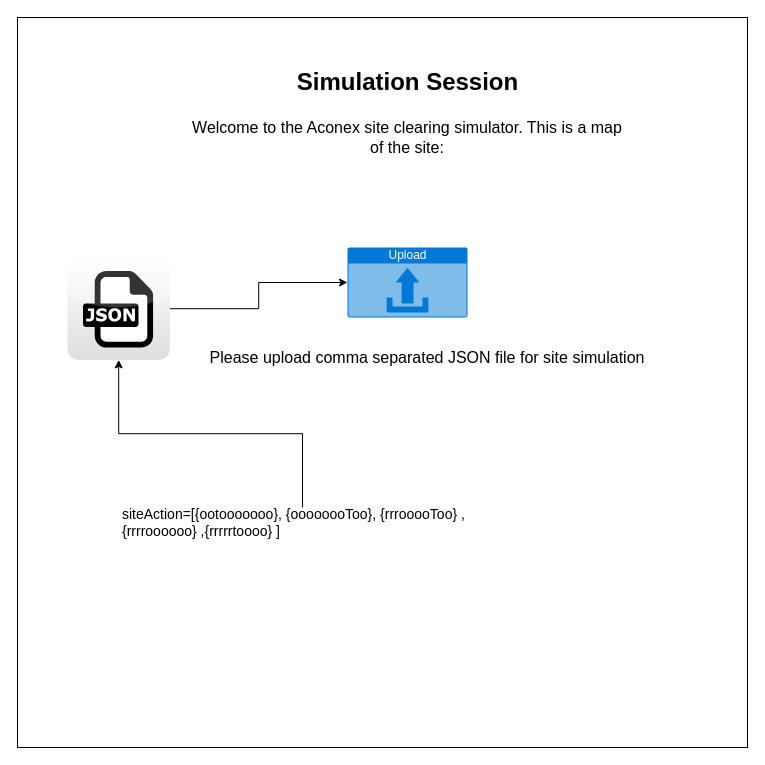
amitjs2021/site-simulation keeps this draw.io diagram as page "Main Landing" (1 of 2) of Task-1.drawio. Above is the earlier version. Source tidied: cells renumbered, new cells numbered last; positions are measured from the earlier drawing's top-left corner, leaving out a move shared by most shapes. Both pictures are drawn from the tidied source at 100%, with x=0, y=0 at pixel (17, 17). Pictures stored in the file or linked from it are replaced by grey dashed boxes.
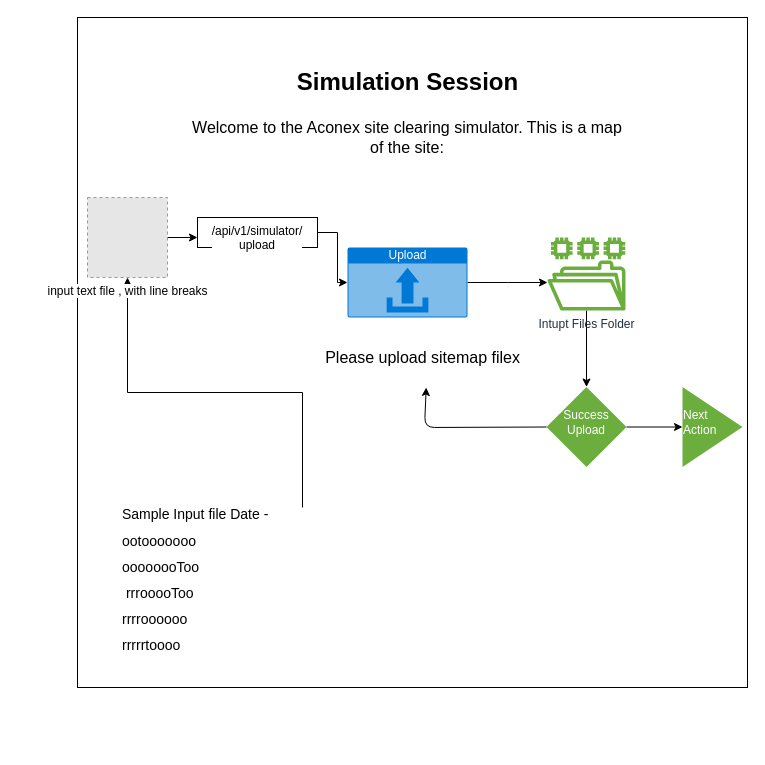
Above is the later version.

The change refers to these unchanged cells:
```xml
<mxCell id="5" value="Upload" style="html=1;strokeColor=none;fillColor=#0079D6;labelPosition=center;verticalLabelPosition=middle;verticalAlign=top;align=center;fontSize=12;outlineConnect=0;spacingTop=-6;fontColor=#FFFFFF;shape=mxgraph.sitemap.upload;" parent="1" vertex="1">
  <mxGeometry x="330" y="230" width="120" height="70" as="geometry" />
</mxCell>
```

Diff of the diagram source:
```diff
@@
     <mxCell id="2" style="whiteSpace=wrap;html=1;" parent="1" vertex="1">
-      <mxGeometry width="730" height="730" as="geometry" />
+      <mxGeometry x="60" width="670" height="670" as="geometry" />
     </mxCell>
@@
+    <mxCell id="11" style="edgeStyle=orthogonalEdgeStyle;rounded=0;jettySize=auto;html=1;" parent="1" edge="1" source="5">
+      <mxGeometry relative="1" as="geometry">
+        <mxPoint x="530" y="265" as="targetPoint" />
+      </mxGeometry>
+    </mxCell>
@@
-    <mxCell id="6" value="&lt;div style=&quot;font-size: 16px&quot;&gt;Please upload comma separated JSON file for site simulation&lt;/div&gt;" style="text;html=1;strokeColor=none;fillColor=none;align=center;verticalAlign=middle;whiteSpace=wrap;overflow=hidden;fontSize=16;" parent="1" vertex="1">
+    <mxCell id="6" value="&lt;div style=&quot;font-size: 16px&quot;&gt;Please upload sitemap filex&amp;nbsp;&amp;nbsp;&lt;/div&gt;" style="text;html=1;strokeColor=none;fillColor=none;align=center;verticalAlign=middle;whiteSpace=wrap;overflow=hidden;fontSize=16;" parent="1" vertex="1">
       <mxGeometry x="110" y="310" width="600" height="60" as="geometry" />
     </mxCell>
-    <mxCell id="7" style="edgeStyle=orthogonalEdgeStyle;rounded=0;jettySize=auto;html=1;fontSize=16;" parent="1" edge="1" source="8" target="5">
-      <mxGeometry relative="1" as="geometry" />
-    </mxCell>
-    <mxCell id="8" style="dashed=0;outlineConnect=0;html=1;align=center;labelPosition=center;verticalLabelPosition=bottom;verticalAlign=top;shape=mxgraph.webicons.json;gradientColor=#DFDEDE;fontSize=16;" parent="1" vertex="1">
-      <mxGeometry x="50" y="240" width="102.4" height="102.4" as="geometry" />
-    </mxCell>
-    <mxCell id="9" style="edgeStyle=orthogonalEdgeStyle;rounded=0;jettySize=auto;html=1;fontSize=16;" parent="1" edge="1" source="10" target="8">
-      <mxGeometry relative="1" as="geometry" />
-    </mxCell>
+    <mxCell id="12" style="edgeStyle=orthogonalEdgeStyle;rounded=0;jettySize=auto;html=1;" parent="1" edge="1" source="10" target="16">
+      <mxGeometry relative="1" as="geometry" />
+    </mxCell>
-    <mxCell id="10" value="&lt;h1 style=&quot;font-size: 14px&quot;&gt;&lt;span style=&quot;font-weight: normal&quot;&gt;&lt;font style=&quot;font-size: 14px&quot;&gt;siteAction=[{&lt;/font&gt;ootooooooo}, {oooooooToo}, {rrrooooToo} ,{rrrroooooo} ,{rrrrrtoooo} ]&lt;/span&gt;&lt;/h1&gt;" style="text;html=1;strokeColor=none;fillColor=none;spacing=5;spacingTop=-20;whiteSpace=wrap;overflow=hidden;rounded=0;fontSize=16;" parent="1" vertex="1">
-      <mxGeometry x="100" y="490" width="370" height="120" as="geometry" />
+    <mxCell id="10" value="&lt;h1 style=&quot;font-size: 14px&quot;&gt;&lt;span style=&quot;font-weight: normal&quot;&gt;&lt;font style=&quot;font-size: 14px&quot;&gt;Sample Input file Date -&amp;nbsp;&lt;/font&gt;&lt;/span&gt;&lt;/h1&gt;&lt;h1 style=&quot;font-size: 14px&quot;&gt;&lt;span style=&quot;font-weight: normal&quot;&gt;ootooooooo&lt;/span&gt;&lt;br&gt;&lt;/h1&gt;&lt;h1 style=&quot;font-size: 14px&quot;&gt;&lt;span style=&quot;font-weight: normal&quot;&gt;oooooooToo&lt;/span&gt;&lt;/h1&gt;&lt;h1 style=&quot;font-size: 14px&quot;&gt;&lt;span style=&quot;font-weight: normal&quot;&gt;&amp;nbsp;rrrooooToo&lt;/span&gt;&lt;/h1&gt;&lt;h1 style=&quot;font-size: 14px&quot;&gt;&lt;span style=&quot;font-weight: normal&quot;&gt;rrrroooooo&lt;/span&gt;&lt;/h1&gt;&lt;h1 style=&quot;font-size: 14px&quot;&gt;&lt;span style=&quot;font-weight: normal&quot;&gt;rrrrrtoooo&amp;nbsp;&lt;/span&gt;&lt;/h1&gt;" style="text;html=1;strokeColor=none;fillColor=none;spacing=5;spacingTop=-20;whiteSpace=wrap;overflow=hidden;rounded=0;fontSize=16;" parent="1" vertex="1">
+      <mxGeometry x="100" y="490" width="370" height="156" as="geometry" />
     </mxCell>
+    <mxCell id="13" style="edgeStyle=orthogonalEdgeStyle;rounded=0;jettySize=auto;html=1;" parent="1" edge="1" source="14" target="20">
+      <mxGeometry relative="1" as="geometry" />
+    </mxCell>
+    <mxCell id="14" value="Intupt Files Folder" style="outlineConnect=0;fontColor=#232F3E;gradientColor=none;fillColor=#6CAE3E;strokeColor=none;dashed=0;verticalLabelPosition=bottom;verticalAlign=top;align=center;html=1;fontSize=12;fontStyle=0;shape=mxgraph.aws4.file_system;" parent="1" vertex="1">
+      <mxGeometry x="530" y="220" width="78" height="73" as="geometry" />
+    </mxCell>
+    <mxCell id="15" style="edgeStyle=orthogonalEdgeStyle;rounded=0;orthogonalLoop=1;jettySize=auto;html=1;" parent="1" edge="1">
+      <mxGeometry relative="1" as="geometry">
+        <mxPoint x="140" y="220" as="sourcePoint" />
+        <mxPoint x="180" y="220" as="targetPoint" />
+        <Array as="points">
+          <mxPoint x="140" y="220" />
+          <mxPoint x="140" y="220" />
+        </Array>
+      </mxGeometry>
+    </mxCell>
+    <mxCell id="16" value="input text file , with line breaks" style="fillColor=#E6E6E6;strokeColor=#999999;dashed=1;html=1;verticalAlign=top;verticalLabelPosition=bottom;labelBackgroundColor=#ffffff;" parent="1" vertex="1">
+      <mxGeometry x="70" y="180" width="80" height="80" as="geometry" />
+    </mxCell>
+    <mxCell id="17" style="edgeStyle=orthogonalEdgeStyle;rounded=0;jettySize=auto;html=1;" parent="1" edge="1" source="18" target="5">
+      <mxGeometry relative="1" as="geometry">
+        <Array as="points">
+          <mxPoint x="320" y="215" />
+          <mxPoint x="320" y="265" />
+        </Array>
+      </mxGeometry>
+    </mxCell>
+    <mxCell id="18" value="/api/v1/simulator/&lt;br&gt;upload" style="whiteSpace=wrap;html=1;verticalAlign=top;labelBackgroundColor=#ffffff;" parent="1" vertex="1">
+      <mxGeometry x="180" y="200" width="120" height="30" as="geometry" />
+    </mxCell>
+    <mxCell id="19" style="edgeStyle=orthogonalEdgeStyle;rounded=0;jettySize=auto;html=1;" parent="1" edge="1" source="20" target="22">
+      <mxGeometry relative="1" as="geometry" />
+    </mxCell>
+    <mxCell id="20" value="&lt;font color=&quot;#ffffff&quot;&gt;&lt;br&gt;Success Upload&lt;/font&gt;" style="rhombus;whiteSpace=wrap;html=1;dashed=0;fontColor=#232F3E;fontStyle=0;verticalAlign=top;strokeColor=none;fillColor=#6CAE3E;" parent="1" vertex="1">
+      <mxGeometry x="529" y="369.5" width="80" height="80" as="geometry" />
+    </mxCell>
+    <mxCell id="21" style="endArrow=classic;html=1;exitX=0;exitY=0.5;exitDx=0;exitDy=0;" parent="1" edge="1" source="20" target="6">
+      <mxGeometry relative="1" as="geometry">
+        <Array as="points">
+          <mxPoint x="407" y="410" />
+        </Array>
+      </mxGeometry>
+    </mxCell>
+    <mxCell id="22" value="&lt;br&gt;&lt;div style=&quot;text-align: left&quot;&gt;&lt;span&gt;&lt;font color=&quot;#ffffff&quot;&gt;Next Action&lt;/font&gt;&lt;/span&gt;&lt;/div&gt;" style="triangle;whiteSpace=wrap;html=1;dashed=0;fontColor=#232F3E;fontStyle=0;verticalAlign=top;strokeColor=none;fillColor=#6CAE3E;" parent="1" vertex="1">
+      <mxGeometry x="665" y="369.5" width="60" height="80" as="geometry" />
+    </mxCell>
```
